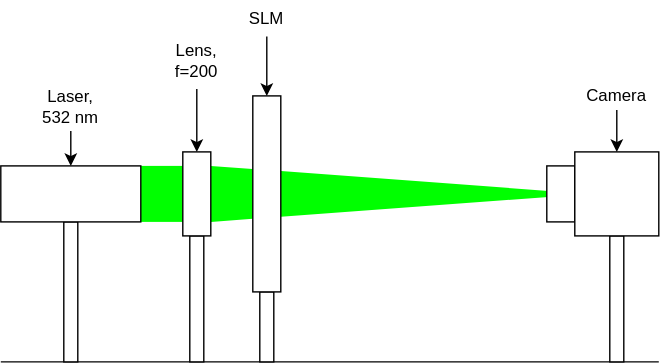
Before: documentation/images/setup_1.svg, a diagram exported from draw.io (nbaehler/mask-designer). Source tidied: cells renumbered, new cells last; positions are measured from the earlier drawing's top-left corner, leaving out a move shared by most shapes. Its diagram source:
```xml
<mxGraphModel>
  <root>
    <mxCell id="0" />
    <mxCell id="1" parent="0" />
    <mxCell id="2" style="triangle;whiteSpace=wrap;html=1;fillColor=#00FF00;strokeColor=none;" parent="1" vertex="1">
      <mxGeometry x="150" y="118" width="270" height="40" as="geometry" />
    </mxCell>
    <mxCell id="3" style="endArrow=none;html=1;rounded=0;" parent="1" edge="1">
      <mxGeometry relative="1" as="geometry">
        <mxPoint y="258" as="sourcePoint" />
        <mxPoint x="470" y="258" as="targetPoint" />
      </mxGeometry>
    </mxCell>
    <mxCell id="4" style="rounded=0;whiteSpace=wrap;html=1;strokeColor=none;fillColor=#00FF00;" parent="1" vertex="1">
      <mxGeometry x="100" y="118" width="30" height="40" as="geometry" />
    </mxCell>
    <mxCell id="5" style="rounded=0;whiteSpace=wrap;html=1;fillColor=default;" parent="1" vertex="1">
      <mxGeometry x="45" y="158" width="10" height="100" as="geometry" />
    </mxCell>
    <mxCell id="6" style="rounded=0;whiteSpace=wrap;html=1;fillColor=default;" parent="1" vertex="1">
      <mxGeometry x="185" y="208" width="10" height="50" as="geometry" />
    </mxCell>
    <mxCell id="7" style="rounded=0;whiteSpace=wrap;html=1;fillColor=default;" parent="1" vertex="1">
      <mxGeometry x="435" y="168" width="10" height="90" as="geometry" />
    </mxCell>
    <mxCell id="8" style="rounded=0;whiteSpace=wrap;html=1;fillColor=default;" parent="1" vertex="1">
      <mxGeometry x="135" y="168" width="10" height="90" as="geometry" />
    </mxCell>
    <mxCell id="9" style="edgeStyle=orthogonalEdgeStyle;rounded=0;jettySize=auto;html=1;exitX=0.5;exitY=1;exitDx=0;exitDy=0;entryX=0.5;entryY=0;entryDx=0;entryDy=0;" parent="1" edge="1" source="10" target="19">
      <mxGeometry relative="1" as="geometry" />
    </mxCell>
    <mxCell id="10" value="&lt;div&gt;Laser,&lt;/div&gt;&lt;div&gt;532 nm&lt;/div&gt;" style="text;html=1;strokeColor=none;fillColor=none;align=center;verticalAlign=middle;whiteSpace=wrap;rounded=0;" parent="1" vertex="1">
      <mxGeometry x="20" y="58" width="60" height="35" as="geometry" />
    </mxCell>
    <mxCell id="11" style="edgeStyle=orthogonalEdgeStyle;rounded=0;jettySize=auto;html=1;exitX=0.5;exitY=1;exitDx=0;exitDy=0;" parent="1" edge="1" source="12" target="15">
      <mxGeometry relative="1" as="geometry" />
    </mxCell>
    <mxCell id="12" value="SLM" style="text;html=1;strokeColor=none;fillColor=none;align=center;verticalAlign=middle;whiteSpace=wrap;rounded=0;" parent="1" vertex="1">
      <mxGeometry x="160" y="0.5" width="60" height="25" as="geometry" />
    </mxCell>
    <mxCell id="13" style="edgeStyle=orthogonalEdgeStyle;rounded=0;jettySize=auto;html=1;exitX=0.5;exitY=1;exitDx=0;exitDy=0;" parent="1" edge="1" source="14" target="16">
      <mxGeometry relative="1" as="geometry" />
    </mxCell>
    <mxCell id="14" value="&lt;div&gt;Lens,&lt;/div&gt;&lt;div&gt;f=200&lt;br&gt;&lt;/div&gt;" style="text;html=1;strokeColor=none;fillColor=none;align=center;verticalAlign=middle;whiteSpace=wrap;rounded=0;" parent="1" vertex="1">
      <mxGeometry x="110" y="23" width="60" height="40" as="geometry" />
    </mxCell>
    <mxCell id="15" style="rounded=0;whiteSpace=wrap;html=1;fillColor=default;" parent="1" vertex="1">
      <mxGeometry x="180" y="68" width="20" height="140" as="geometry" />
    </mxCell>
    <mxCell id="16" style="rounded=0;whiteSpace=wrap;html=1;fillColor=default;" parent="1" vertex="1">
      <mxGeometry x="130" y="108" width="20" height="60" as="geometry" />
    </mxCell>
    <mxCell id="17" style="rounded=0;whiteSpace=wrap;html=1;fillColor=default;" parent="1" vertex="1">
      <mxGeometry x="390" y="118" width="20" height="40" as="geometry" />
    </mxCell>
    <mxCell id="18" style="rounded=0;whiteSpace=wrap;html=1;fillColor=default;" parent="1" vertex="1">
      <mxGeometry x="410" y="108" width="60" height="60" as="geometry" />
    </mxCell>
    <mxCell id="19" style="rounded=0;whiteSpace=wrap;html=1;fillColor=default;" parent="1" vertex="1">
      <mxGeometry y="118" width="100" height="40" as="geometry" />
    </mxCell>
    <mxCell id="20" style="edgeStyle=orthogonalEdgeStyle;rounded=0;jettySize=auto;html=1;" parent="1" edge="1" source="21" target="18">
      <mxGeometry relative="1" as="geometry" />
    </mxCell>
    <mxCell id="21" value="Camera" style="text;html=1;strokeColor=none;fillColor=none;align=center;verticalAlign=middle;whiteSpace=wrap;rounded=0;" parent="1" vertex="1">
      <mxGeometry x="410" y="58" width="60" height="20" as="geometry" />
    </mxCell>
  </root>
</mxGraphModel>
```
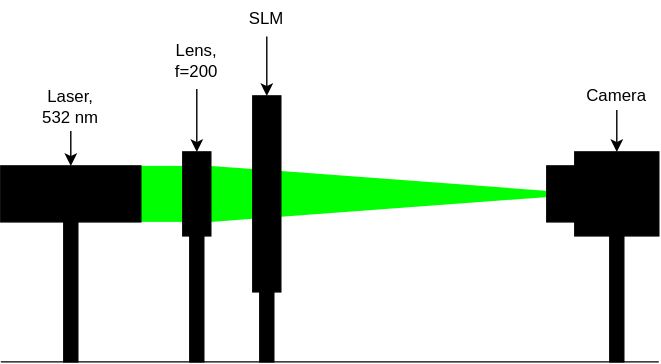
After the commit.

What changed in the source:
```diff
@@ -14,16 +14,16 @@
     <mxCell id="4" style="rounded=0;whiteSpace=wrap;html=1;strokeColor=none;fillColor=#00FF00;" parent="1" vertex="1">
       <mxGeometry x="100" y="118" width="30" height="40" as="geometry" />
     </mxCell>
-    <mxCell id="5" style="rounded=0;whiteSpace=wrap;html=1;fillColor=default;" parent="1" vertex="1">
+    <mxCell id="5" style="rounded=0;whiteSpace=wrap;html=1;fillColor=#000000;" parent="1" vertex="1">
       <mxGeometry x="45" y="158" width="10" height="100" as="geometry" />
     </mxCell>
-    <mxCell id="6" style="rounded=0;whiteSpace=wrap;html=1;fillColor=default;" parent="1" vertex="1">
+    <mxCell id="6" style="rounded=0;whiteSpace=wrap;html=1;fillColor=#000000;" parent="1" vertex="1">
       <mxGeometry x="185" y="208" width="10" height="50" as="geometry" />
     </mxCell>
-    <mxCell id="7" style="rounded=0;whiteSpace=wrap;html=1;fillColor=default;" parent="1" vertex="1">
+    <mxCell id="7" style="rounded=0;whiteSpace=wrap;html=1;fillColor=#000000;" parent="1" vertex="1">
       <mxGeometry x="435" y="168" width="10" height="90" as="geometry" />
     </mxCell>
-    <mxCell id="8" style="rounded=0;whiteSpace=wrap;html=1;fillColor=default;" parent="1" vertex="1">
+    <mxCell id="8" style="rounded=0;whiteSpace=wrap;html=1;fillColor=#000000;" parent="1" vertex="1">
       <mxGeometry x="135" y="168" width="10" height="90" as="geometry" />
     </mxCell>
     <mxCell id="9" style="edgeStyle=orthogonalEdgeStyle;rounded=0;jettySize=auto;html=1;exitX=0.5;exitY=1;exitDx=0;exitDy=0;entryX=0.5;entryY=0;entryDx=0;entryDy=0;" parent="1" edge="1" source="10" target="19">
@@ -44,19 +44,19 @@
     <mxCell id="14" value="&lt;div&gt;Lens,&lt;/div&gt;&lt;div&gt;f=200&lt;br&gt;&lt;/div&gt;" style="text;html=1;strokeColor=none;fillColor=none;align=center;verticalAlign=middle;whiteSpace=wrap;rounded=0;" parent="1" vertex="1">
       <mxGeometry x="110" y="23" width="60" height="40" as="geometry" />
     </mxCell>
-    <mxCell id="15" style="rounded=0;whiteSpace=wrap;html=1;fillColor=default;" parent="1" vertex="1">
+    <mxCell id="15" style="rounded=0;whiteSpace=wrap;html=1;fillColor=#000000;" parent="1" vertex="1">
       <mxGeometry x="180" y="68" width="20" height="140" as="geometry" />
     </mxCell>
-    <mxCell id="16" style="rounded=0;whiteSpace=wrap;html=1;fillColor=default;" parent="1" vertex="1">
+    <mxCell id="16" style="rounded=0;whiteSpace=wrap;html=1;fillColor=#000000;" parent="1" vertex="1">
       <mxGeometry x="130" y="108" width="20" height="60" as="geometry" />
     </mxCell>
-    <mxCell id="17" style="rounded=0;whiteSpace=wrap;html=1;fillColor=default;" parent="1" vertex="1">
+    <mxCell id="17" style="rounded=0;whiteSpace=wrap;html=1;fillColor=#000000;" parent="1" vertex="1">
       <mxGeometry x="390" y="118" width="20" height="40" as="geometry" />
     </mxCell>
-    <mxCell id="18" style="rounded=0;whiteSpace=wrap;html=1;fillColor=default;" parent="1" vertex="1">
+    <mxCell id="18" style="rounded=0;whiteSpace=wrap;html=1;fillColor=#000000;" parent="1" vertex="1">
       <mxGeometry x="410" y="108" width="60" height="60" as="geometry" />
     </mxCell>
-    <mxCell id="19" style="rounded=0;whiteSpace=wrap;html=1;fillColor=default;" parent="1" vertex="1">
+    <mxCell id="19" style="rounded=0;whiteSpace=wrap;html=1;fillColor=#000000;" parent="1" vertex="1">
       <mxGeometry y="118" width="100" height="40" as="geometry" />
     </mxCell>
     <mxCell id="20" style="edgeStyle=orthogonalEdgeStyle;rounded=0;jettySize=auto;html=1;" parent="1" edge="1" source="21" target="18">
```
